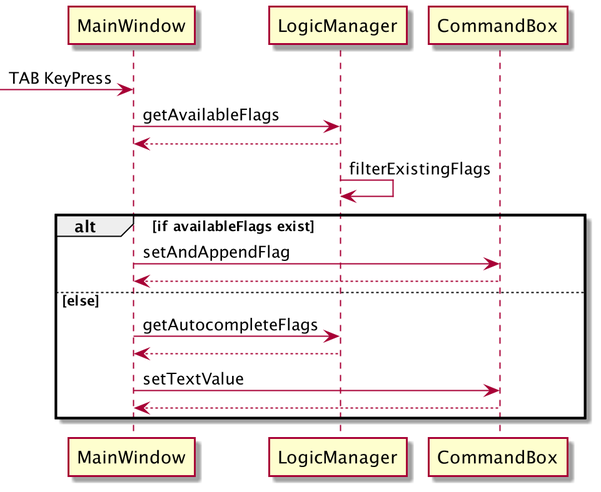
Before: docs/images/AutocompleteFlagsDiagram.png, a diagram exported from PlantUML (nus-cs2103-AY2021S2/tp). Its diagram source:
```plantuml
@startuml
-> MainWindow : TAB KeyPress
MainWindow -> LogicManager : getAvailableFlags
LogicManager --> MainWindow
LogicManager -> LogicManager : filterExistingFlags

alt if availableFlags exist

    MainWindow -> CommandBox: setAndAppendFlag
    CommandBox --> MainWindow

else else

    MainWindow -> LogicManager : getAutocompleteFlags
    LogicManager --> MainWindow
    MainWindow -> CommandBox : setTextValue
    CommandBox --> MainWindow
    end
@enduml
```
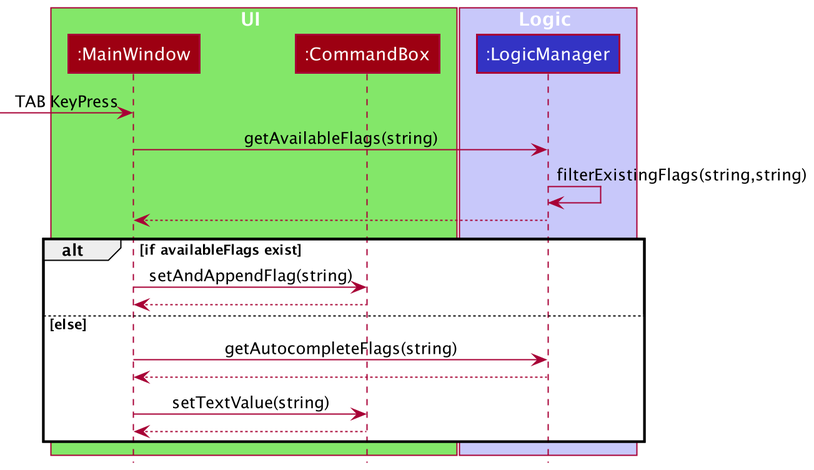
After the change.

What changed in the source:
```diff
@@ -1,19 +1,31 @@
 @startuml
+!include style.puml
+
+box UI UI_COLOR_T1
+participant ":MainWindow" as MainWindow MODEL_COLOR
+participant ":CommandBox" as CommandBox MODEL_COLOR
+end box
+
+box Logic LOGIC_COLOR_T1
+participant ":LogicManager" as LogicManager LOGIC_COLOR
+end box
+
 -> MainWindow : TAB KeyPress
-MainWindow -> LogicManager : getAvailableFlags
+MainWindow -> LogicManager : getAvailableFlags(string)
+LogicManager -> LogicManager : filterExistingFlags(string,string)
 LogicManager --> MainWindow
-LogicManager -> LogicManager : filterExistingFlags
+
 
 alt if availableFlags exist
 
-    MainWindow -> CommandBox: setAndAppendFlag
+    MainWindow -> CommandBox: setAndAppendFlag(string)
     CommandBox --> MainWindow
 
 else else
 
-    MainWindow -> LogicManager : getAutocompleteFlags
+    MainWindow -> LogicManager : getAutocompleteFlags(string)
     LogicManager --> MainWindow
-    MainWindow -> CommandBox : setTextValue
+    MainWindow -> CommandBox : setTextValue(string)
     CommandBox --> MainWindow
     end
 @enduml
```
